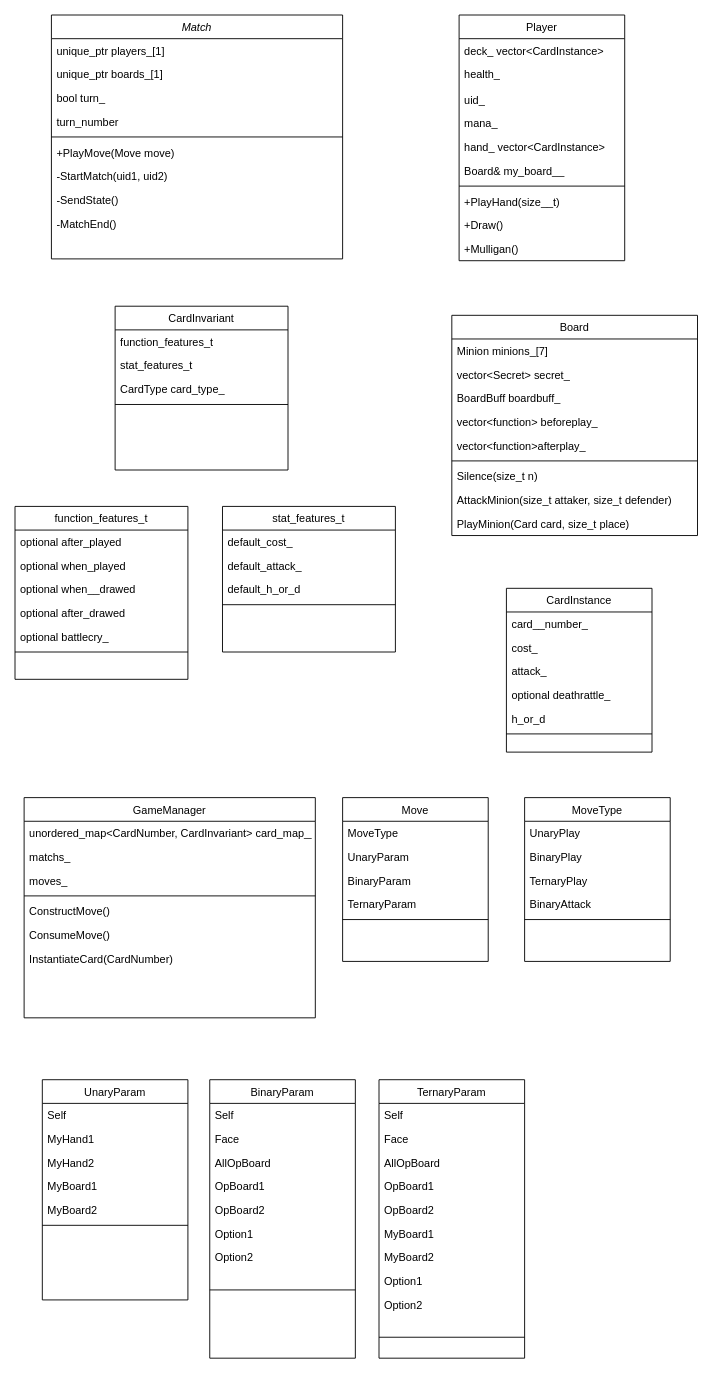
Earlier version of the draw.io diagram overview.drawio (gsgyuhwan/hs_game_server_toyproject). Source tidied: cells renumbered, new cells numbered last; positions are measured from the earlier drawing's top-left corner, leaving out a move shared by most shapes. Both pictures are drawn from the tidied source at 91%, with x=0, y=0 at pixel (15, 15).
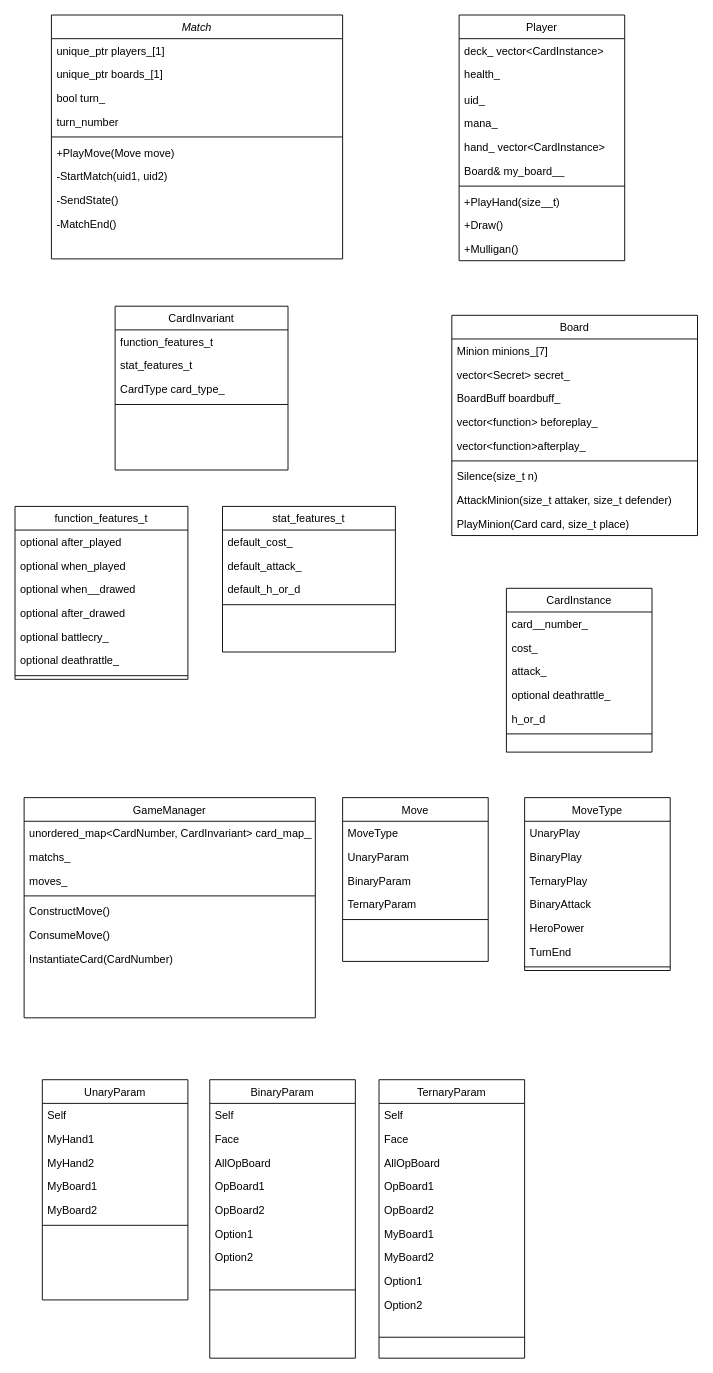
The same diagram, later.

Unchanged cells that the change refers to:
```xml
<mxCell id="92" value="function_features_t" style="swimlane;fontStyle=0;align=center;verticalAlign=top;horizontal=1;startSize=26;rounded=0;shadow=0;strokeWidth=1;" parent="1" vertex="1">
  <mxGeometry y="540" width="190" height="190" as="geometry" />
</mxCell>
```

Change to the diagram source:
```diff
@@
     <mxCell id="66" value="MoveType" style="swimlane;fontStyle=0;align=center;verticalAlign=top;horizontal=1;startSize=26;rounded=0;shadow=0;strokeWidth=1;" parent="1" vertex="1">
-      <mxGeometry x="560" y="860" width="160" height="180" as="geometry" />
+      <mxGeometry x="560" y="860" width="160" height="190" as="geometry" />
     </mxCell>
@@
+    <mxCell id="104" value="HeroPower" style="text;align=left;verticalAlign=top;spacingLeft=4;spacingRight=4;overflow=hidden;" parent="66" vertex="1">
+      <mxGeometry y="130" width="160" height="26" as="geometry" />
+    </mxCell>
+    <mxCell id="105" value="TurnEnd" style="text;align=left;verticalAlign=top;spacingLeft=4;spacingRight=4;overflow=hidden;" parent="66" vertex="1">
+      <mxGeometry y="156" width="160" height="26" as="geometry" />
+    </mxCell>
     <mxCell id="71" style="line;html=1;strokeWidth=1;align=left;verticalAlign=middle;spacingTop=-1;spacingLeft=3;spacingRight=3;labelPosition=right;" parent="66" vertex="1">
-      <mxGeometry y="130" width="160" height="8" as="geometry" />
+      <mxGeometry y="182" width="160" height="8" as="geometry" />
     </mxCell>
@@
+    <mxCell id="106" value="optional deathrattle_" style="text;align=left;verticalAlign=top;spacingLeft=4;spacingRight=4;overflow=hidden;" parent="92" vertex="1">
+      <mxGeometry y="156" width="190" height="26" as="geometry" />
+    </mxCell>
     <mxCell id="98" style="line;html=1;strokeWidth=1;align=left;verticalAlign=middle;spacingTop=-1;spacingLeft=3;spacingRight=3;labelPosition=right;" parent="92" vertex="1">
-      <mxGeometry y="156" width="190" height="8" as="geometry" />
+      <mxGeometry y="182" width="190" height="8" as="geometry" />
     </mxCell>
```
